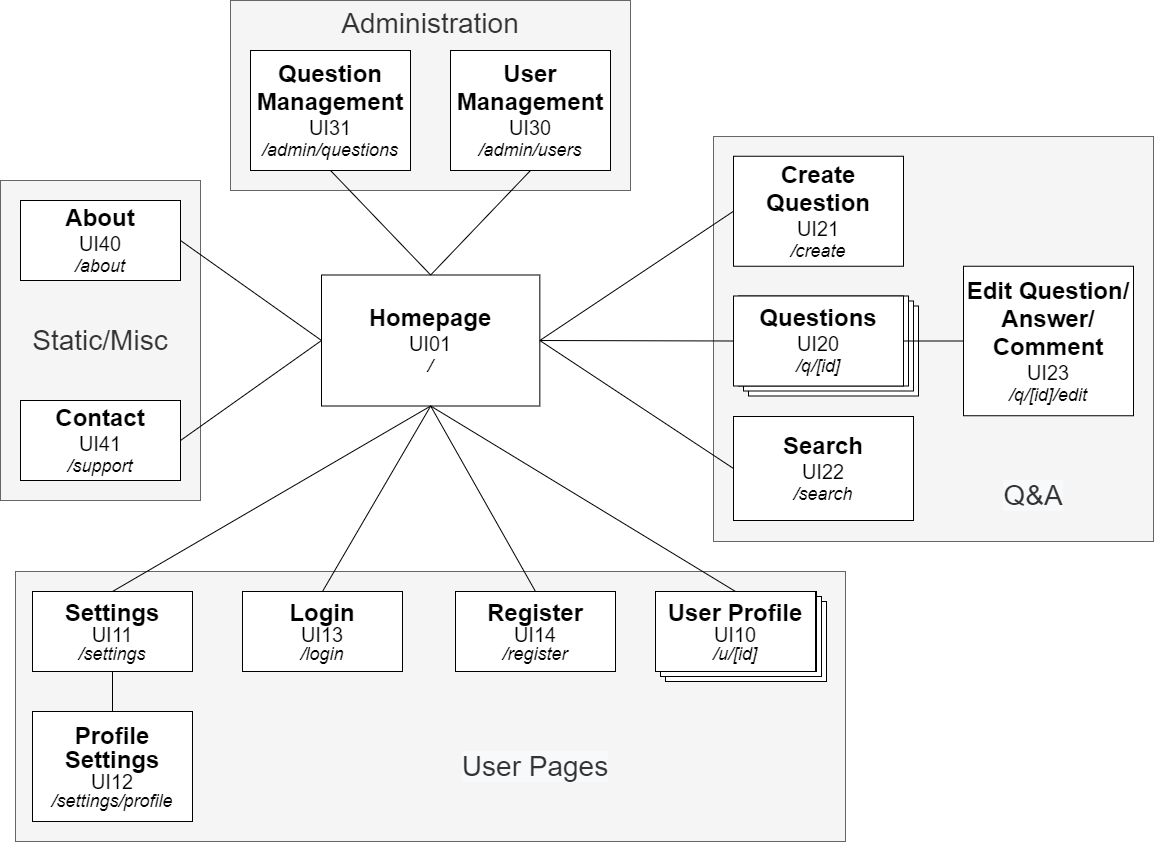
Above: img/sitemap.drawio.png in FabioMiguel2000/iNeedHelp (draw.io), before the change. Source tidied: cells renumbered, new cells last; positions are measured from the earlier drawing's top-left corner, leaving out a move shared by most shapes.
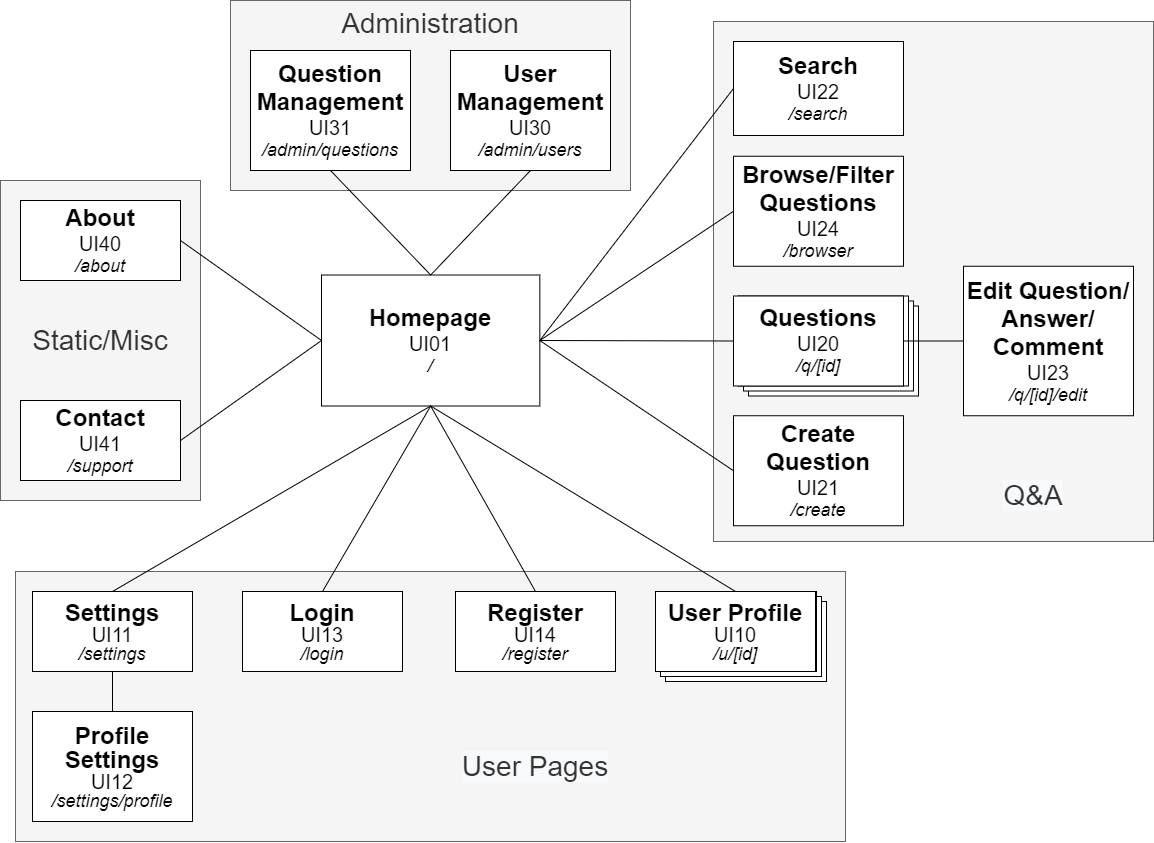
After the change.

Commit message:
Add browse/filter to sitemap

Change to the diagram source:
```diff
@@ -3,7 +3,7 @@
     <mxCell id="0" />
     <mxCell id="1" parent="0" />
     <mxCell id="2" style="rounded=0;whiteSpace=wrap;html=1;fontColor=#333333;strokeColor=#666666;fillColor=#f5f5f5;verticalAlign=bottom;align=right;" parent="1" vertex="1">
-      <mxGeometry x="713" y="136" width="440" height="405" as="geometry" />
+      <mxGeometry x="713" y="21" width="440" height="520" as="geometry" />
     </mxCell>
     <mxCell id="3" style="rounded=0;whiteSpace=wrap;html=1;fontSize=28;fontColor=#333333;strokeColor=#666666;fillColor=#f5f5f5;verticalAlign=bottom;" parent="1" vertex="1">
       <mxGeometry x="15" y="571" width="830" height="270" as="geometry" />
@@ -42,7 +42,7 @@
       <mxGeometry relative="1" as="geometry" />
     </mxCell>
     <mxCell id="15" value="&lt;font&gt;&lt;b&gt;&lt;span style=&quot;font-size: 24px&quot;&gt;Search&lt;/span&gt;&lt;br&gt;&lt;/b&gt;&lt;/font&gt;&lt;font&gt;&lt;span style=&quot;font-size: 20px&quot;&gt;UI22&lt;/span&gt;&lt;br&gt;&lt;font style=&quot;font-size: 18px&quot;&gt;&lt;i&gt;/search&lt;/i&gt;&lt;/font&gt;&lt;br&gt;&lt;/font&gt;" style="rounded=0;whiteSpace=wrap;html=1;fillColor=default;strokeColor=default;fontColor=default;spacing=2;" parent="1" vertex="1">
-      <mxGeometry x="733" y="416" width="180" height="104" as="geometry" />
+      <mxGeometry x="733" y="41" width="170" height="94" as="geometry" />
     </mxCell>
     <mxCell id="16" style="endArrow=none;html=1;rounded=0;labelBackgroundColor=default;fontColor=default;strokeColor=default;fillColor=default;exitX=0;exitY=0.5;exitDx=0;exitDy=0;entryX=1;entryY=0.5;entryDx=0;entryDy=0;" parent="1" edge="1" source="15" target="8">
       <mxGeometry relative="1" as="geometry" />
@@ -78,7 +78,7 @@
       <mxGeometry relative="1" as="geometry" />
     </mxCell>
     <mxCell id="27" value="&lt;font&gt;&lt;b&gt;&lt;span style=&quot;font-size: 24px&quot;&gt;Create Question&lt;/span&gt;&lt;br&gt;&lt;/b&gt;&lt;/font&gt;&lt;font&gt;&lt;span style=&quot;font-size: 20px&quot;&gt;UI21&lt;/span&gt;&lt;br&gt;&lt;font style=&quot;font-size: 18px&quot;&gt;&lt;i&gt;/create&lt;/i&gt;&lt;/font&gt;&lt;br&gt;&lt;/font&gt;" style="rounded=0;whiteSpace=wrap;html=1;fillColor=default;strokeColor=default;fontColor=default;spacing=2;" parent="1" vertex="1">
-      <mxGeometry x="733" y="155.8" width="170" height="110" as="geometry" />
+      <mxGeometry x="733" y="415.2" width="170" height="110" as="geometry" />
     </mxCell>
     <mxCell id="28" style="endArrow=none;html=1;rounded=0;entryX=1;entryY=0.5;entryDx=0;entryDy=0;exitX=0;exitY=0.5;exitDx=0;exitDy=0;" parent="1" edge="1" source="27" target="8">
       <mxGeometry relative="1" as="geometry" />
@@ -107,5 +107,11 @@
     <mxCell id="36" value="&#10;&#10;&lt;span style=&quot;color: rgb(51, 51, 51); font-family: helvetica; font-size: 28px; font-style: normal; font-weight: 400; letter-spacing: normal; text-align: center; text-indent: 0px; text-transform: none; word-spacing: 0px; background-color: rgb(248, 249, 250); display: inline; float: none;&quot;&gt;User Pages&lt;/span&gt;&#10;&#10;" style="text;html=1;strokeColor=none;fillColor=none;align=center;verticalAlign=middle;whiteSpace=wrap;rounded=0;" parent="1" vertex="1">
       <mxGeometry x="456" y="751" width="158" height="30" as="geometry" />
     </mxCell>
+    <mxCell id="37" value="&lt;font&gt;&lt;b&gt;&lt;span style=&quot;font-size: 24px&quot;&gt;Browse/Filter&lt;br&gt;&lt;/span&gt;&lt;font style=&quot;font-size: 24px&quot;&gt;Questions&lt;/font&gt;&lt;br&gt;&lt;/b&gt;&lt;/font&gt;&lt;font&gt;&lt;span style=&quot;font-size: 20px&quot;&gt;UI24&lt;/span&gt;&lt;br&gt;&lt;font style=&quot;font-size: 18px&quot;&gt;&lt;i&gt;/browser&lt;/i&gt;&lt;/font&gt;&lt;br&gt;&lt;/font&gt;" style="rounded=0;whiteSpace=wrap;html=1;fillColor=default;strokeColor=default;fontColor=default;spacing=2;" parent="1" vertex="1">
+      <mxGeometry x="733" y="155.8" width="170" height="110" as="geometry" />
+    </mxCell>
+    <mxCell id="38" style="endArrow=none;html=1;rounded=0;entryX=1;entryY=0.5;entryDx=0;entryDy=0;exitX=0;exitY=0.5;exitDx=0;exitDy=0;" parent="1" edge="1" source="37" target="8">
+      <mxGeometry relative="1" as="geometry" />
+    </mxCell>
   </root>
 </mxGraphModel>
```
